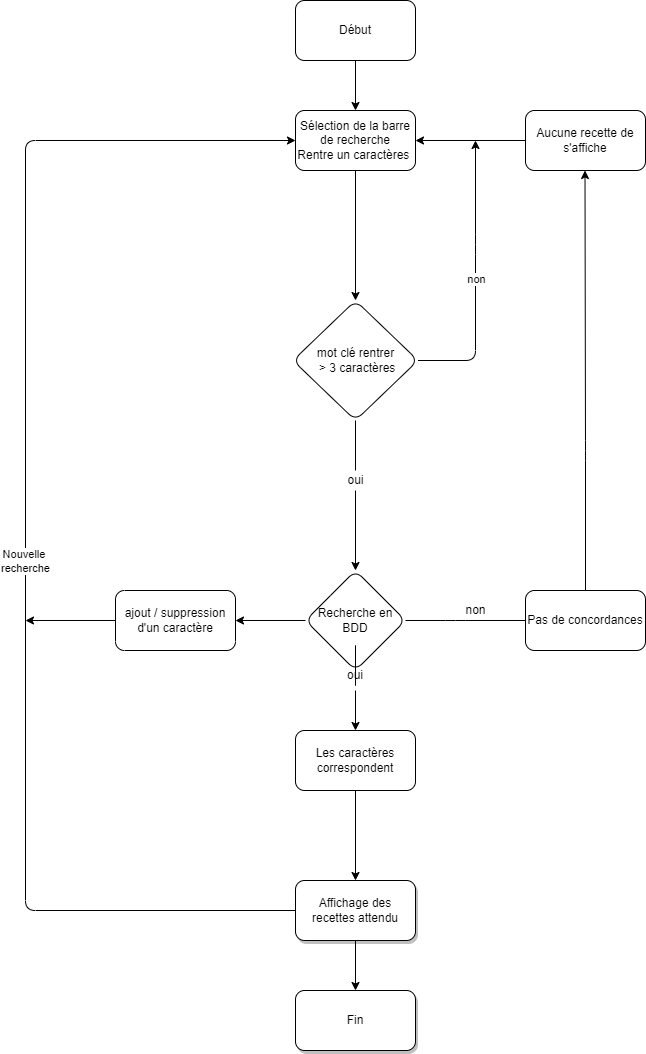
This is public/docs/P07 Search BDD.png from Yan-Coquoz/P07-front-end_search-engine, a draw.io export, as it was before one commit. Source tidied: cells renumbered, new cells last; positions are measured from the earlier drawing's top-left corner, leaving out a move shared by most shapes.
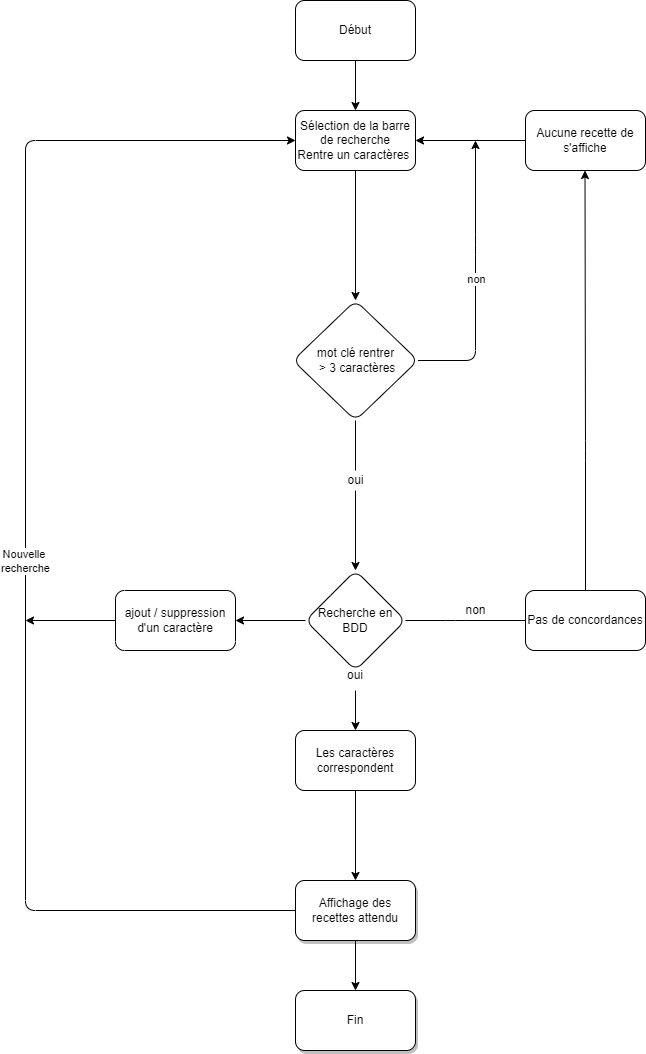
After the commit.

Diff of the diagram source:
```diff
@@ -88,9 +88,6 @@
     <mxCell id="23" value="oui" style="text;html=1;strokeColor=none;fillColor=none;align=center;verticalAlign=middle;whiteSpace=wrap;rounded=1;" parent="1" vertex="1">
       <mxGeometry x="300" y="660" width="60" height="30" as="geometry" />
     </mxCell>
-    <mxCell id="24" style="edgeStyle=orthogonalEdgeStyle;jettySize=auto;html=1;endArrow=none;" parent="1" edge="1" source="8" target="23">
-      <mxGeometry relative="1" as="geometry" />
-    </mxCell>
     <mxCell id="25" value="Fin" style="whiteSpace=wrap;html=1;shadow=1;rounded=1;" parent="1" vertex="1">
       <mxGeometry x="270" y="990" width="120" height="60" as="geometry" />
     </mxCell>
```
